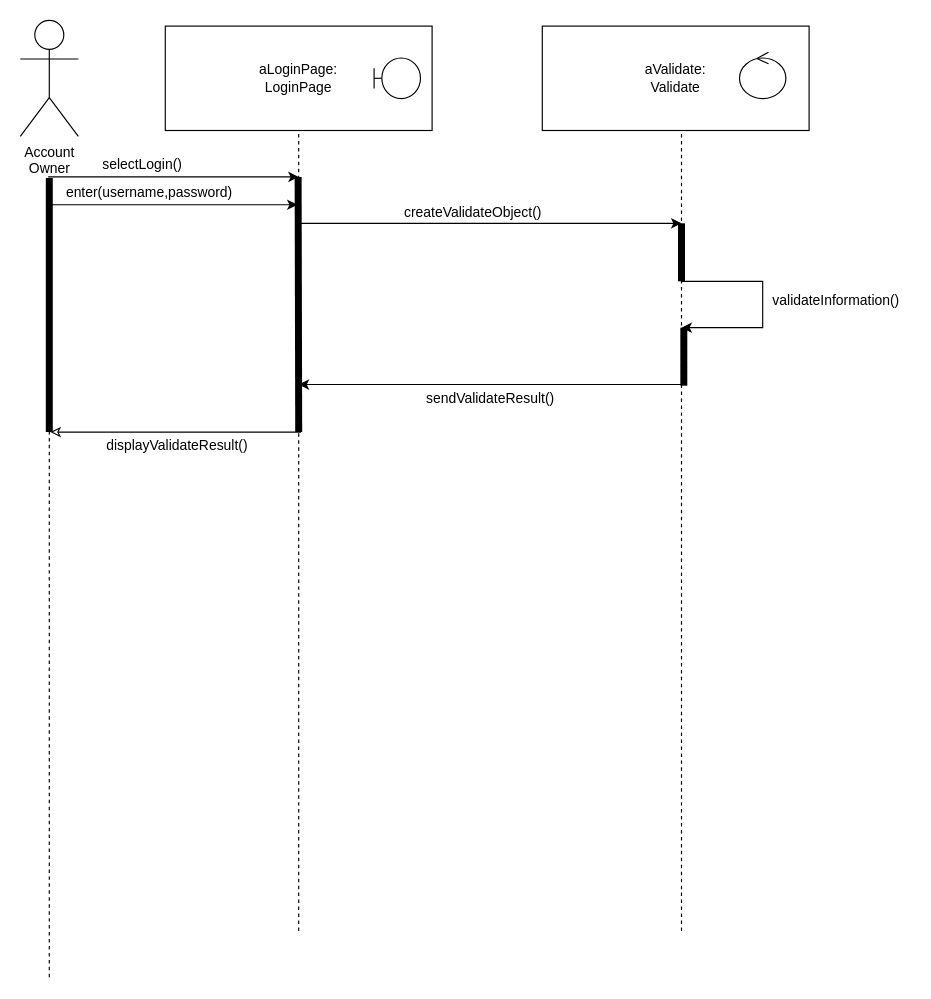
The draw.io diagram wia2002tuto6q4a.drawio in justn0thinghere/drawio, before the edit. Source tidied: cells renumbered, new cells numbered last; positions are measured from the earlier drawing's top-left corner, leaving out a move shared by most shapes. Both pictures are drawn from the tidied source at 116%, with x=0, y=0 at pixel (20, 20).
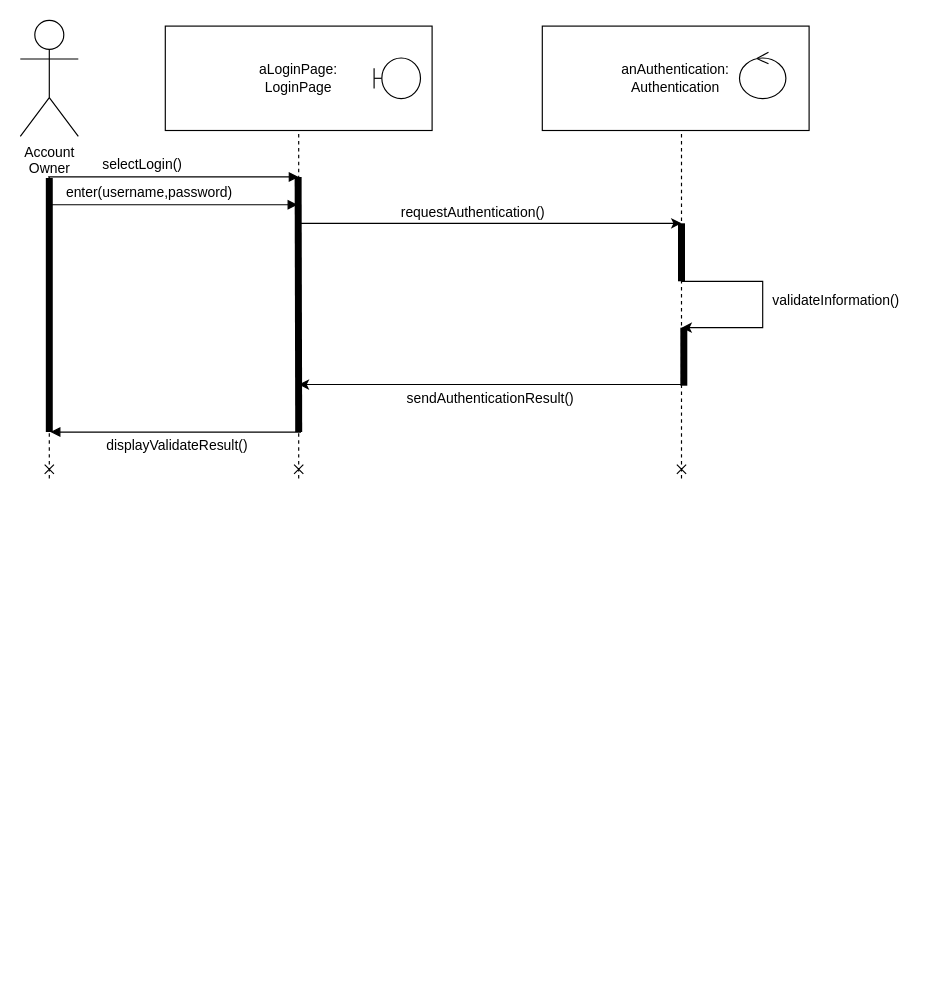
Above is the later version.

Unchanged cells that the change refers to:
```xml
<mxCell id="2" value="aLoginPage:&lt;div&gt;LoginPage&lt;/div&gt;" style="html=1;whiteSpace=wrap;" parent="1" vertex="1">
  <mxGeometry x="125" y="5" width="230" height="90" as="geometry" />
</mxCell>
```

The edit, as a diff of the source:
```diff
@@
-    <mxCell id="4" value="aValidate:&lt;div&gt;Validate&lt;/div&gt;" style="html=1;whiteSpace=wrap;" parent="1" vertex="1">
+    <mxCell id="4" value="anAuthentication:&lt;div&gt;Authentication&lt;/div&gt;" style="html=1;whiteSpace=wrap;" parent="1" vertex="1">
       <mxGeometry x="450" y="5" width="230" height="90" as="geometry" />
     </mxCell>
@@
-    <mxCell id="7" style="endArrow=none;html=1;rounded=0;entryX=0.5;entryY=1;entryDx=0;entryDy=0;dashed=1;" parent="1" edge="1" target="2">
+    <mxCell id="7" style="endArrow=none;html=1;rounded=0;entryX=0.5;entryY=1;entryDx=0;entryDy=0;dashed=1;startArrow=cross;startFill=0;" parent="1" edge="1" target="2">
       <mxGeometry relative="1" as="geometry">
-        <mxPoint x="240" y="785" as="sourcePoint" />
+        <mxPoint x="240" y="395" as="sourcePoint" />
       </mxGeometry>
     </mxCell>
-    <mxCell id="8" style="endArrow=none;html=1;rounded=0;entryX=0.5;entryY=1;entryDx=0;entryDy=0;dashed=1;" parent="1" edge="1">
+    <mxCell id="8" style="endArrow=none;html=1;rounded=0;entryX=0.5;entryY=1;entryDx=0;entryDy=0;dashed=1;endFill=0;startArrow=cross;startFill=0;" parent="1" edge="1">
       <mxGeometry relative="1" as="geometry">
-        <mxPoint x="25" y="825" as="sourcePoint" />
+        <mxPoint x="25" y="395" as="sourcePoint" />
         <mxPoint x="25" y="135" as="targetPoint" />
       </mxGeometry>
     </mxCell>
-    <mxCell id="9" style="endArrow=none;html=1;rounded=0;entryX=0.5;entryY=1;entryDx=0;entryDy=0;dashed=1;" parent="1" edge="1">
+    <mxCell id="9" style="endArrow=none;html=1;rounded=0;entryX=0.5;entryY=1;entryDx=0;entryDy=0;dashed=1;startArrow=cross;startFill=0;" parent="1" edge="1">
       <mxGeometry relative="1" as="geometry">
-        <mxPoint x="570" y="785" as="sourcePoint" />
+        <mxPoint x="570" y="395" as="sourcePoint" />
         <mxPoint x="570" y="95" as="targetPoint" />
       </mxGeometry>
     </mxCell>
@@
-    <mxCell id="12" style="endArrow=classic;html=1;rounded=0;" parent="1" edge="1">
+    <mxCell id="12" style="endArrow=block;html=1;rounded=0;endFill=1;" parent="1" edge="1">
       <mxGeometry relative="1" as="geometry">
         <mxPoint x="24" y="135" as="sourcePoint" />
         <mxPoint x="240" y="135" as="targetPoint" />
       </mxGeometry>
     </mxCell>
@@
-    <mxCell id="14" style="endArrow=classic;html=1;rounded=0;" parent="1" edge="1">
+    <mxCell id="14" style="endArrow=block;html=1;rounded=0;endFill=1;" parent="1" edge="1">
       <mxGeometry relative="1" as="geometry">
         <mxPoint x="23" y="159" as="sourcePoint" />
         <mxPoint x="239" y="159" as="targetPoint" />
       </mxGeometry>
     </mxCell>
@@
-    <mxCell id="18" value="createValidateObject()" style="text;html=1;align=center;verticalAlign=middle;strokeColor=none;fillColor=none;" parent="1" vertex="1">
-      <mxGeometry x="320" y="151" width="140" height="30" as="geometry" />
+    <mxCell id="18" value="requestAuthentication()" style="text;html=1;align=center;verticalAlign=middle;strokeColor=none;fillColor=none;" parent="1" vertex="1">
+      <mxGeometry x="315" y="151" width="150" height="30" as="geometry" />
     </mxCell>
@@
-    <mxCell id="23" value="sendValidateResult()" style="text;html=1;align=center;verticalAlign=middle;strokeColor=none;fillColor=none;" parent="1" vertex="1">
-      <mxGeometry x="340" y="311" width="130" height="30" as="geometry" />
+    <mxCell id="23" value="sendAuthenticationResult()" style="text;html=1;align=center;verticalAlign=middle;strokeColor=none;fillColor=none;" parent="1" vertex="1">
+      <mxGeometry x="320" y="311" width="170" height="30" as="geometry" />
     </mxCell>
-    <mxCell id="24" style="endArrow=none;html=1;rounded=0;startArrow=classic;startFill=0;endFill=0;" parent="1" edge="1">
+    <mxCell id="24" style="endArrow=none;html=1;rounded=0;startArrow=block;startFill=1;endFill=0;" parent="1" edge="1">
       <mxGeometry relative="1" as="geometry">
         <mxPoint x="26" y="355" as="sourcePoint" />
         <mxPoint x="242" y="355" as="targetPoint" />
       </mxGeometry>
     </mxCell>
```
